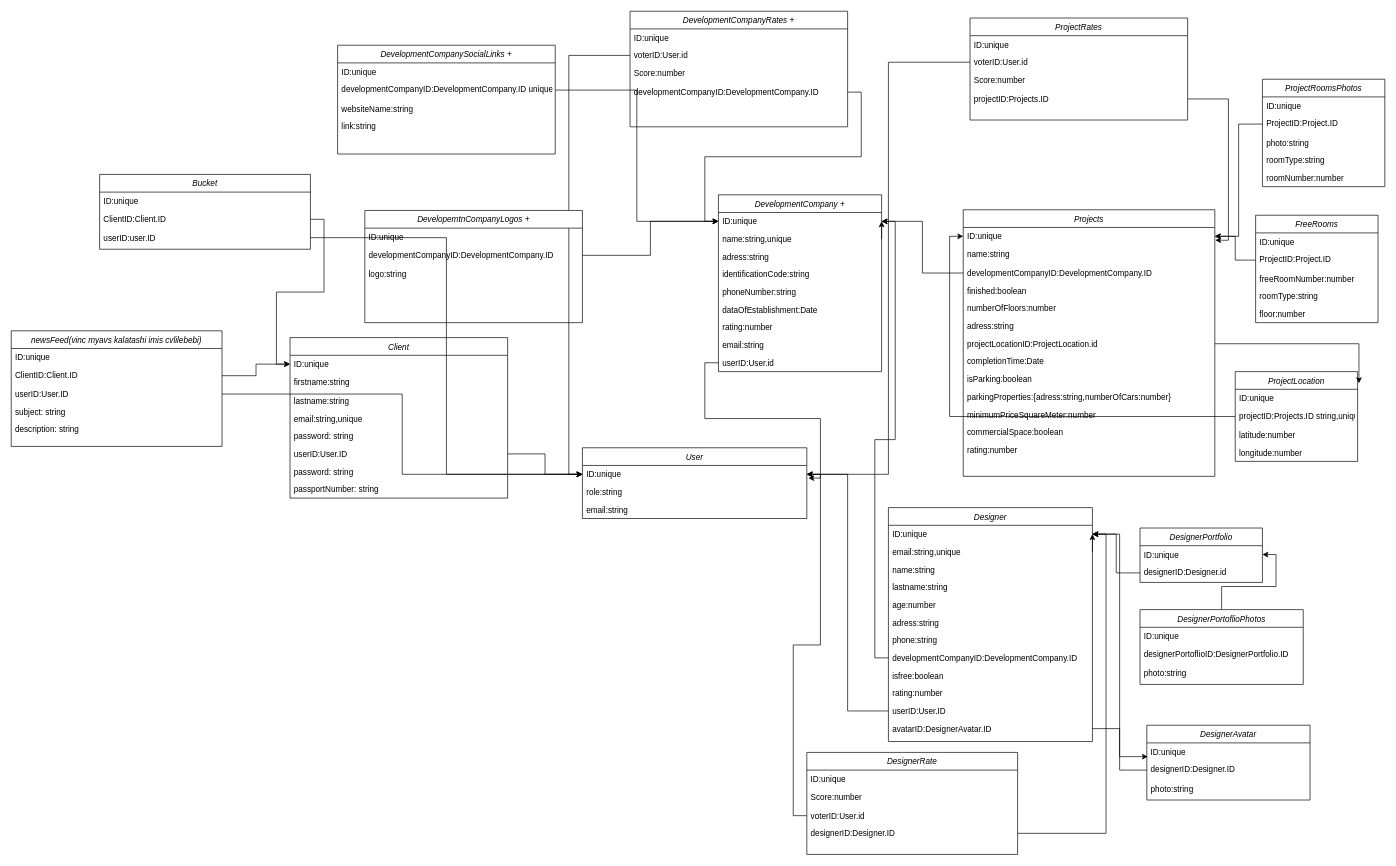
Earlier version of the draw.io diagram page "Page-1" (1 of 2) of development-project-plans/DatabaseModels.drawio (JangveladzeDima/development-project). Source tidied: cells renumbered, new cells numbered last; positions are measured from the earlier drawing's top-left corner, leaving out a move shared by most shapes. Both pictures are drawn from the tidied source at 68%, with x=0, y=0 at pixel (11, 11).
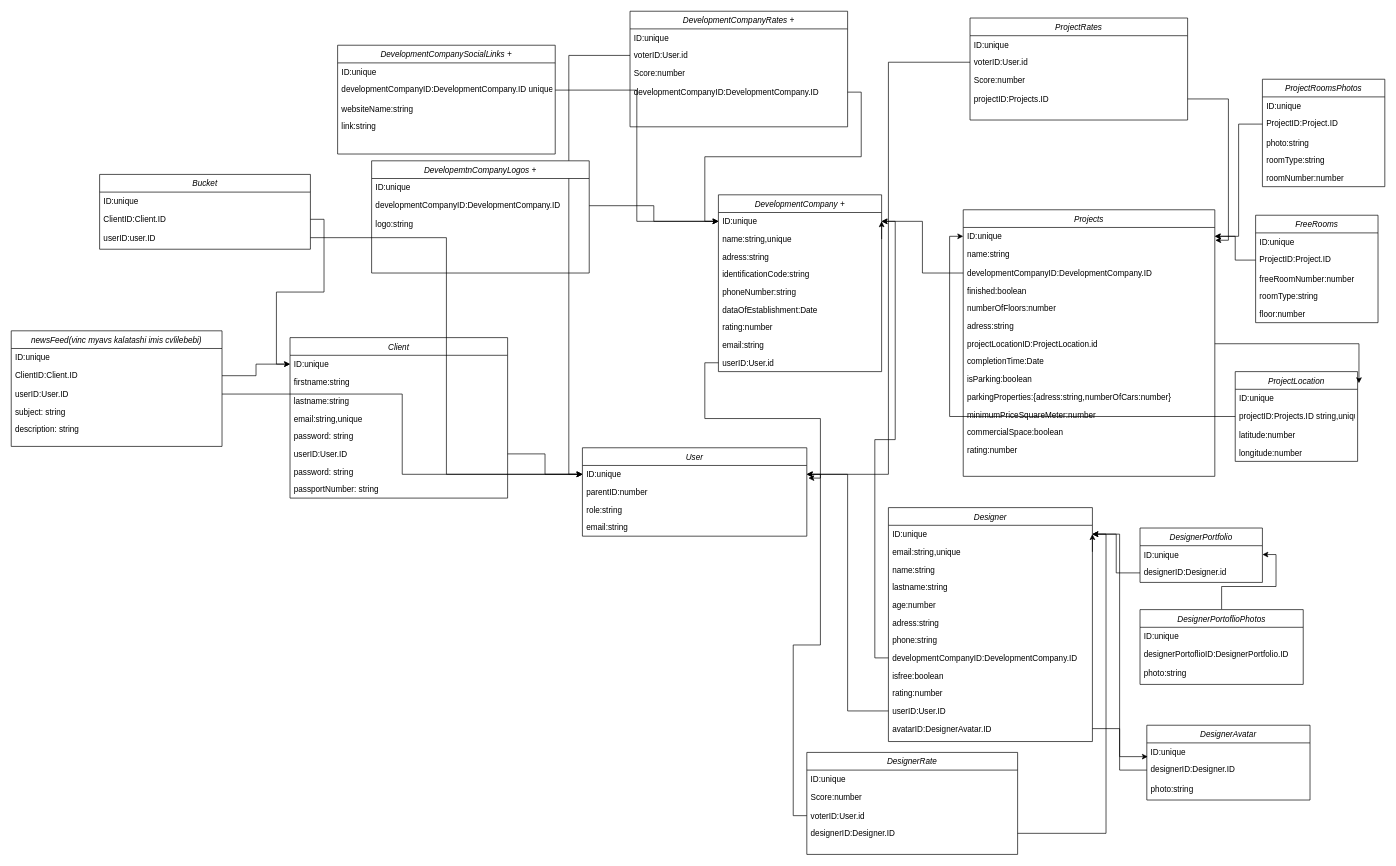
The same page after the edit.

The edit, as a diff of the source:
```diff
@@
     <mxCell id="45" value="User" style="swimlane;fontStyle=2;align=center;verticalAlign=top;horizontal=1;startSize=26;rounded=0;shadow=0;strokeWidth=1;" parent="1" vertex="1">
-      <mxGeometry x="840" y="642" width="330" height="104" as="geometry" />
+      <mxGeometry x="840" y="642" width="330" height="130" as="geometry" />
     </mxCell>
@@
+    <mxCell id="141" value="parentID:number" style="text;align=left;verticalAlign=top;spacingLeft=4;spacingRight=4;overflow=hidden;" parent="45" vertex="1">
+      <mxGeometry y="52" width="330" height="26" as="geometry" />
+    </mxCell>
     <mxCell id="47" value="role:string" style="text;align=left;verticalAlign=top;spacingLeft=4;spacingRight=4;overflow=hidden;" parent="45" vertex="1">
-      <mxGeometry y="52" width="330" height="26" as="geometry" />
+      <mxGeometry y="78" width="330" height="26" as="geometry" />
     </mxCell>
     <mxCell id="48" value="email:string" style="text;align=left;verticalAlign=top;spacingLeft=4;spacingRight=4;overflow=hidden;rounded=0;shadow=0;html=0;" parent="45" vertex="1">
-      <mxGeometry y="78" width="330" height="26" as="geometry" />
+      <mxGeometry y="104" width="330" height="26" as="geometry" />
     </mxCell>
@@
     <mxCell id="65" value="DevelopemtnCompanyLogos +" style="swimlane;fontStyle=2;align=center;verticalAlign=top;horizontal=1;startSize=26;rounded=0;shadow=0;strokeWidth=1;" parent="1" vertex="1">
-      <mxGeometry x="520" y="293" width="320" height="165" as="geometry" />
+      <mxGeometry x="530" y="220" width="320" height="165" as="geometry" />
     </mxCell>
```
